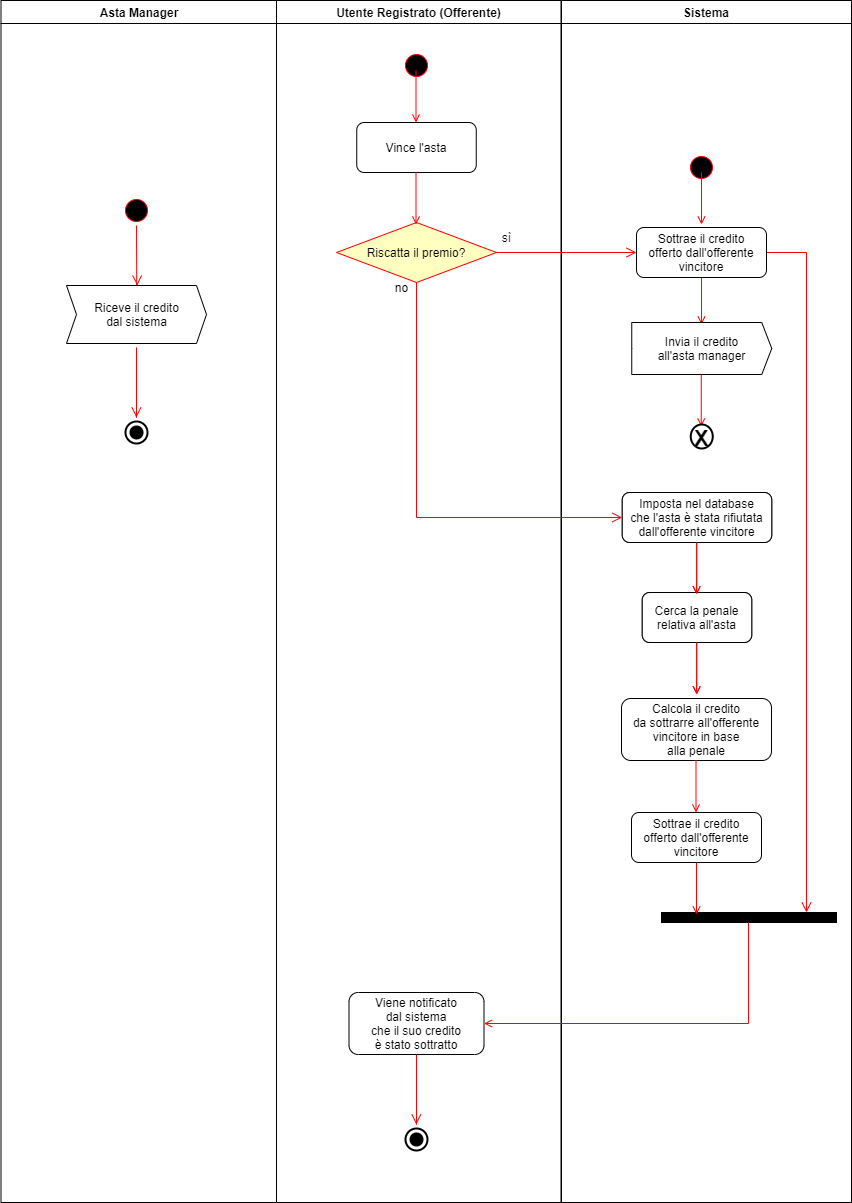
Earlier version of the draw.io export Documentazione/Progettazione/Activity Diagram/Activity Diagram.png (UnimibSoftEngCourse1920/progetto-aste-2-gruppo-aste-2). Source tidied: cells renumbered, new cells last; positions are measured from the earlier drawing's top-left corner, leaving out a move shared by most shapes.
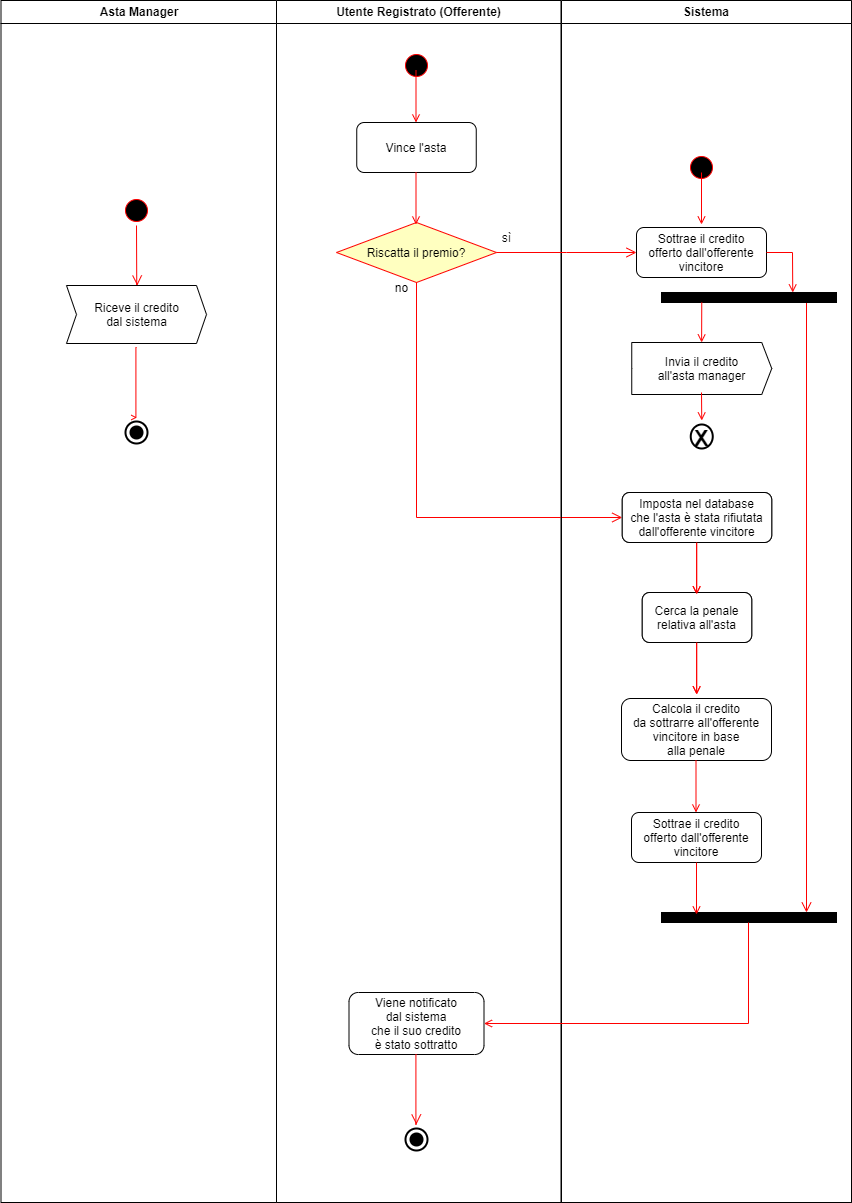
After the commit.

Commit message:
Aggiornato domain model e fixato activity diagram

Change to the diagram source:
```diff
@@ -97,12 +97,6 @@
         <mxPoint x="135.2" y="694" as="targetPoint" />
       </mxGeometry>
     </mxCell>
-    <mxCell id="25" style="endArrow=open;strokeColor=#FF0000;endFill=1;rounded=0;" parent="20" edge="1">
-      <mxGeometry relative="1" as="geometry">
-        <mxPoint x="140" y="272" as="sourcePoint" />
-        <mxPoint x="140" y="324" as="targetPoint" />
-      </mxGeometry>
-    </mxCell>
     <mxCell id="26" style="ellipse;shape=startState;fillColor=#000000;strokeColor=#ff0000;" parent="20" vertex="1">
       <mxGeometry x="125" y="152" width="30" height="30" as="geometry" />
     </mxCell>
@@ -113,12 +107,11 @@
       </mxGeometry>
     </mxCell>
     <mxCell id="28" value="Invia il credito&lt;br&gt;all'asta manager" style="html=1;shadow=0;dashed=0;align=center;verticalAlign=middle;shape=mxgraph.arrows2.arrow;dy=0;dx=10;notch=0;rounded=0;comic=0;strokeWidth=1;" parent="20" vertex="1">
-      <mxGeometry x="70.2" y="322" width="140" height="52" as="geometry" />
+      <mxGeometry x="70.2" y="342" width="140" height="52" as="geometry" />
     </mxCell>
-    <mxCell id="29" style="endArrow=open;strokeColor=#FF0000;endFill=1;rounded=0;" parent="20" edge="1">
+    <mxCell id="29" style="endArrow=open;strokeColor=#FF0000;endFill=1;rounded=0;entryX=0.5;entryY=0;entryDx=0;entryDy=0;" parent="20" edge="1" target="30">
       <mxGeometry relative="1" as="geometry">
-        <mxPoint x="139.8" y="374" as="sourcePoint" />
-        <mxPoint x="139.8" y="426" as="targetPoint" />
+        <mxPoint x="140" y="392" as="sourcePoint" />
       </mxGeometry>
     </mxCell>
     <mxCell id="30" value="X" style="ellipse;shape=startState;fillColor=#FFFFFF;strokeColor=#000000;strokeWidth=2;fontSize=22;fontStyle=1;" parent="20" vertex="1">
@@ -136,9 +129,8 @@
     <mxCell id="33" value="Sottrae il credito&#10;offerto dall'offerente&#10;vincitore" style="rounded=1;" parent="20" vertex="1">
       <mxGeometry x="70" y="812" width="130" height="50" as="geometry" />
     </mxCell>
-    <mxCell id="34" style="edgeStyle=elbowEdgeStyle;elbow=horizontal;verticalAlign=bottom;endArrow=open;endSize=8;strokeColor=#FF0000;endFill=1;rounded=0;exitX=1;exitY=0.5;exitDx=0;exitDy=0;" parent="20" edge="1">
+    <mxCell id="34" style="edgeStyle=elbowEdgeStyle;elbow=horizontal;verticalAlign=bottom;endArrow=open;endSize=8;strokeColor=#FF0000;endFill=1;rounded=0;exitX=0.823;exitY=0.905;exitDx=0;exitDy=0;exitPerimeter=0;" parent="20" edge="1" source="47">
       <mxGeometry x="-99" y="-149" as="geometry">
-        <mxPoint x="200" y="252" as="sourcePoint" />
         <mxPoint x="245" y="912" as="targetPoint" />
         <Array as="points">
           <mxPoint x="245" y="562" />
@@ -162,6 +154,14 @@
         </Array>
       </mxGeometry>
     </mxCell>
+    <mxCell id="47" style="rounded=0;whiteSpace=wrap;html=1;shadow=0;comic=0;strokeWidth=1;fontSize=22;fontColor=none;fillColor=#000000;" parent="20" vertex="1">
+      <mxGeometry x="100" y="292" width="175" height="10" as="geometry" />
+    </mxCell>
+    <mxCell id="48" style="endArrow=open;strokeColor=#FF0000;endFill=1;rounded=0;entryX=0.499;entryY=0;entryDx=0;entryDy=0;entryPerimeter=0;" parent="20" edge="1" target="28">
+      <mxGeometry relative="1" as="geometry">
+        <mxPoint x="140.3" y="302" as="sourcePoint" />
+      </mxGeometry>
+    </mxCell>
     <mxCell id="38" value="Asta Manager" style="swimlane;whiteSpace=wrap;" parent="1" vertex="1">
       <mxGeometry x="0.5" width="275.5" height="1202" as="geometry" />
     </mxCell>
@@ -197,5 +197,12 @@
     <mxCell id="46" style="edgeStyle=elbowEdgeStyle;elbow=horizontal;verticalAlign=bottom;endArrow=open;endSize=8;strokeColor=#FF0000;endFill=1;rounded=0;exitX=1;exitY=0.5;exitDx=0;exitDy=0;entryX=0;entryY=0.5;entryDx=0;entryDy=0;" parent="1" edge="1" source="8" target="45">
       <mxGeometry x="81" y="-21" as="geometry" />
     </mxCell>
+    <mxCell id="25" style="endArrow=open;strokeColor=#FF0000;endFill=1;rounded=0;exitX=1;exitY=0.5;exitDx=0;exitDy=0;entryX=0.75;entryY=0;entryDx=0;entryDy=0;" parent="1" edge="1" source="45" target="47">
+      <mxGeometry relative="1" as="geometry">
+        <Array as="points">
+          <mxPoint x="792" y="252" />
+        </Array>
+      </mxGeometry>
+    </mxCell>
   </root>
 </mxGraphModel>
```
